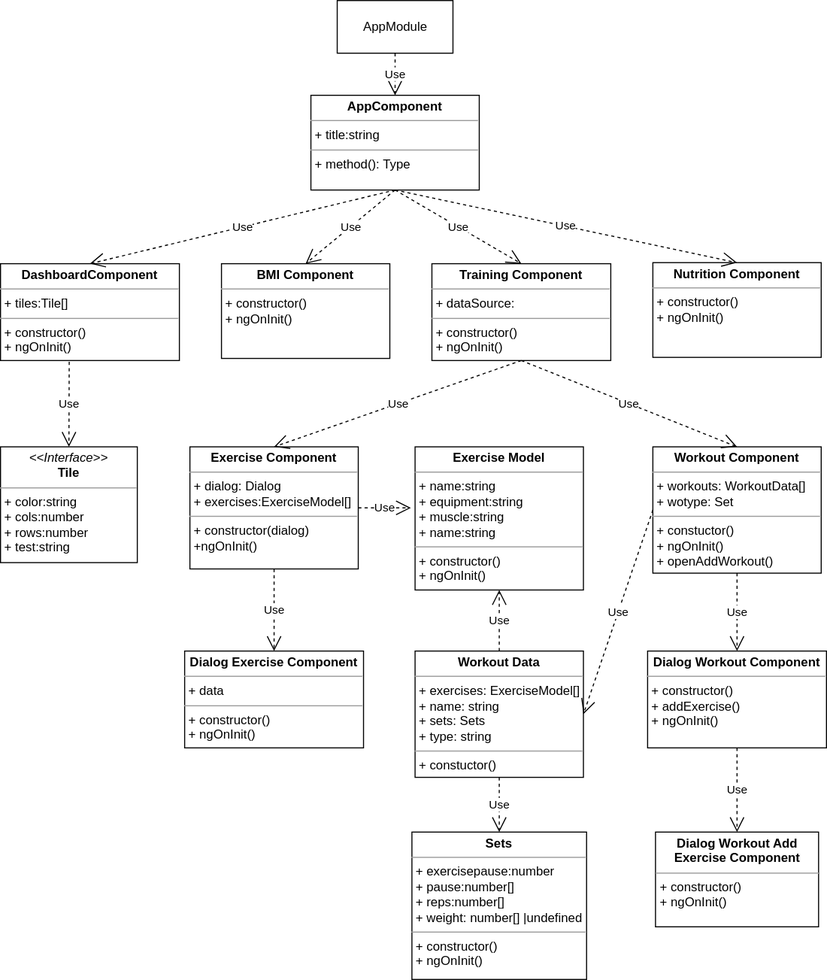
Above: Class_Diagram.drawio.svg in willizielke/FitnessWebAppDocumentation (draw.io), before the change. Source tidied: cells renumbered, new cells last; positions are measured from the earlier drawing's top-left corner, leaving out a move shared by most shapes.
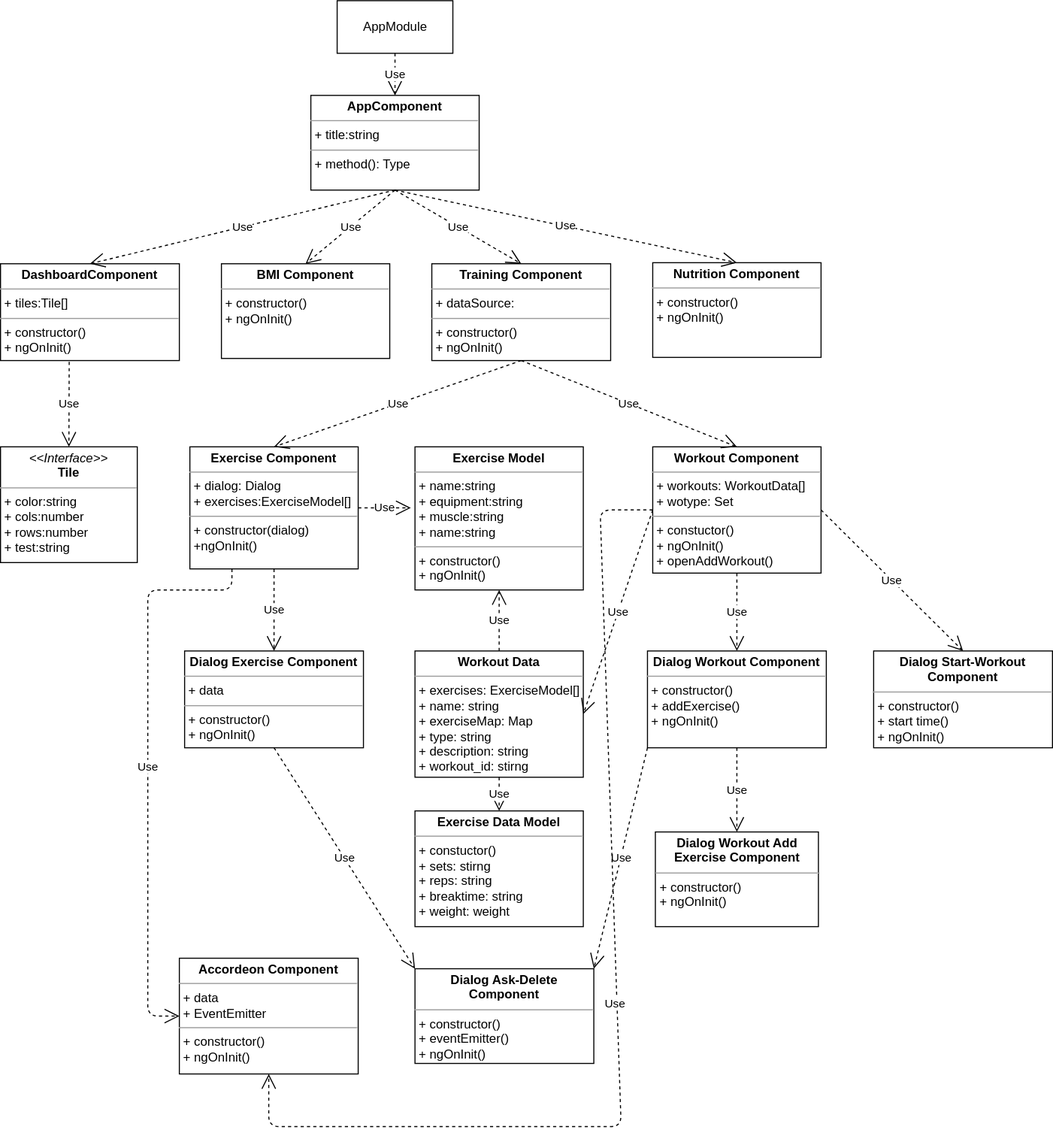
The same diagram one commit later.

Commit message:
update Class Diagram + UC Diagram

Change to the diagram source:
```diff
@@ -32,10 +32,7 @@
     <mxCell id="11" value="&lt;p style=&quot;margin:0px;margin-top:4px;text-align:center;&quot;&gt;&lt;b&gt;Dialog Exercise Component&lt;/b&gt;&lt;/p&gt;&lt;hr size=&quot;1&quot;&gt;&lt;p style=&quot;margin:0px;margin-left:4px;&quot;&gt;+ data&lt;/p&gt;&lt;hr size=&quot;1&quot;&gt;&lt;p style=&quot;margin:0px;margin-left:4px;&quot;&gt;+ constructor()&lt;/p&gt;&lt;p style=&quot;margin:0px;margin-left:4px;&quot;&gt;+ ngOnInit()&lt;/p&gt;" style="verticalAlign=top;align=left;overflow=fill;fontSize=12;fontFamily=Helvetica;html=1;" parent="1" vertex="1">
       <mxGeometry x="175" y="618" width="170" height="92" as="geometry" />
     </mxCell>
-    <mxCell id="12" value="&lt;p style=&quot;margin:0px;margin-top:4px;text-align:center;&quot;&gt;&lt;b&gt;Sets&lt;/b&gt;&lt;/p&gt;&lt;hr size=&quot;1&quot;&gt;&lt;p style=&quot;margin:0px;margin-left:4px;&quot;&gt;+ exercisepause:number&lt;/p&gt;&lt;p style=&quot;margin:0px;margin-left:4px;&quot;&gt;+ pause:number[]&lt;/p&gt;&lt;p style=&quot;margin:0px;margin-left:4px;&quot;&gt;+ reps:number[]&lt;/p&gt;&lt;p style=&quot;margin:0px;margin-left:4px;&quot;&gt;+ weight: number[] |undefined&lt;/p&gt;&lt;hr size=&quot;1&quot;&gt;&lt;p style=&quot;margin:0px;margin-left:4px;&quot;&gt;+ constructor()&lt;/p&gt;&lt;p style=&quot;margin:0px;margin-left:4px;&quot;&gt;+ ngOnInit()&lt;/p&gt;" style="verticalAlign=top;align=left;overflow=fill;fontSize=12;fontFamily=Helvetica;html=1;" parent="1" vertex="1">
-      <mxGeometry x="391" y="790" width="166" height="140" as="geometry" />
-    </mxCell>
-    <mxCell id="13" value="&lt;p style=&quot;margin:0px;margin-top:4px;text-align:center;&quot;&gt;&lt;b&gt;Workout Data&lt;/b&gt;&lt;/p&gt;&lt;hr size=&quot;1&quot;&gt;&lt;p style=&quot;margin:0px;margin-left:4px;&quot;&gt;+ exercises: ExerciseModel[]&lt;/p&gt;&lt;p style=&quot;margin:0px;margin-left:4px;&quot;&gt;+ name: string&lt;/p&gt;&lt;p style=&quot;margin:0px;margin-left:4px;&quot;&gt;+ sets: Sets&lt;/p&gt;&lt;p style=&quot;margin:0px;margin-left:4px;&quot;&gt;+ type: string&lt;/p&gt;&lt;hr size=&quot;1&quot;&gt;&lt;p style=&quot;margin:0px;margin-left:4px;&quot;&gt;+ constuctor()&lt;/p&gt;" style="verticalAlign=top;align=left;overflow=fill;fontSize=12;fontFamily=Helvetica;html=1;" parent="1" vertex="1">
+    <mxCell id="13" value="&lt;p style=&quot;margin: 0px ; margin-top: 4px ; text-align: center&quot;&gt;&lt;b&gt;Workout Data&lt;/b&gt;&lt;/p&gt;&lt;hr size=&quot;1&quot;&gt;&lt;p style=&quot;margin: 0px ; margin-left: 4px&quot;&gt;+ exercises: ExerciseModel[]&lt;/p&gt;&lt;p style=&quot;margin: 0px ; margin-left: 4px&quot;&gt;+ name: string&lt;/p&gt;&lt;p style=&quot;margin: 0px ; margin-left: 4px&quot;&gt;+ exerciseMap: Map&lt;/p&gt;&lt;p style=&quot;margin: 0px ; margin-left: 4px&quot;&gt;+ type: string&lt;/p&gt;&lt;p style=&quot;margin: 0px ; margin-left: 4px&quot;&gt;+ description: string&lt;/p&gt;&lt;p style=&quot;margin: 0px ; margin-left: 4px&quot;&gt;+ workout_id: stirng&lt;/p&gt;&lt;hr size=&quot;1&quot;&gt;&lt;p style=&quot;margin: 0px ; margin-left: 4px&quot;&gt;+ constuctor()&lt;/p&gt;" style="verticalAlign=top;align=left;overflow=fill;fontSize=12;fontFamily=Helvetica;html=1;" parent="1" vertex="1">
       <mxGeometry x="394" y="618" width="160" height="120" as="geometry" />
     </mxCell>
     <mxCell id="14" value="Use" style="endArrow=open;endSize=12;dashed=1;html=1;rounded=0;exitX=0.5;exitY=1;exitDx=0;exitDy=0;entryX=0.5;entryY=0;entryDx=0;entryDy=0;" parent="1" edge="1" source="2" target="10">
@@ -73,9 +70,6 @@
     <mxCell id="24" value="Use" style="endArrow=open;endSize=12;dashed=1;html=1;rounded=0;exitX=0;exitY=0.5;exitDx=0;exitDy=0;entryX=1;entryY=0.5;entryDx=0;entryDy=0;" parent="1" edge="1" source="6" target="13">
       <mxGeometry relative="1" as="geometry" />
     </mxCell>
-    <mxCell id="25" value="Use" style="endArrow=open;endSize=12;dashed=1;html=1;rounded=0;exitX=0.5;exitY=1;exitDx=0;exitDy=0;entryX=0.5;entryY=0;entryDx=0;entryDy=0;" parent="1" edge="1" source="13" target="12">
-      <mxGeometry relative="1" as="geometry" />
-    </mxCell>
     <mxCell id="26" value="Use" style="endArrow=open;endSize=12;dashed=1;html=1;rounded=0;exitX=0.5;exitY=1;exitDx=0;exitDy=0;entryX=0.5;entryY=0;entryDx=0;entryDy=0;" parent="1" edge="1" source="7" target="11">
       <mxGeometry relative="1" as="geometry" />
     </mxCell>
@@ -94,5 +88,47 @@
     <mxCell id="31" value="Use" style="endArrow=open;endSize=12;dashed=1;html=1;rounded=0;exitX=0.5;exitY=1;exitDx=0;exitDy=0;entryX=0.5;entryY=0;entryDx=0;entryDy=0;" parent="1" edge="1" source="9" target="29">
       <mxGeometry relative="1" as="geometry" />
     </mxCell>
+    <mxCell id="32" value="&lt;p style=&quot;margin: 0px ; margin-top: 4px ; text-align: center&quot;&gt;&lt;b&gt;Dialog Ask-Delete &lt;br&gt;Component&lt;/b&gt;&lt;/p&gt;&lt;hr size=&quot;1&quot;&gt;&lt;p style=&quot;margin: 0px ; margin-left: 4px&quot;&gt;&lt;/p&gt;&lt;p style=&quot;margin: 0px ; margin-left: 4px&quot;&gt;+ constructor()&lt;/p&gt;&lt;p style=&quot;margin: 0px ; margin-left: 4px&quot;&gt;+ eventEmitter()&lt;/p&gt;&lt;p style=&quot;margin: 0px ; margin-left: 4px&quot;&gt;+ ngOnInit()&lt;/p&gt;" style="verticalAlign=top;align=left;overflow=fill;fontSize=12;fontFamily=Helvetica;html=1;" parent="1" vertex="1">
+      <mxGeometry x="394" y="920" width="170" height="90" as="geometry" />
+    </mxCell>
+    <mxCell id="33" value="Use" style="endArrow=open;endSize=12;dashed=1;html=1;exitX=0;exitY=1;exitDx=0;exitDy=0;entryX=1;entryY=0;entryDx=0;entryDy=0;" parent="1" edge="1" source="9" target="32">
+      <mxGeometry relative="1" as="geometry" />
+    </mxCell>
+    <mxCell id="34" value="Use" style="endArrow=open;endSize=12;dashed=1;html=1;entryX=0;entryY=0;entryDx=0;entryDy=0;exitX=0.5;exitY=1;exitDx=0;exitDy=0;" parent="1" edge="1" source="11" target="32">
+      <mxGeometry relative="1" as="geometry" />
+    </mxCell>
+    <mxCell id="35" value="&lt;p style=&quot;margin: 0px ; margin-top: 4px ; text-align: center&quot;&gt;&lt;b&gt;Dialog Start-Workout &lt;br&gt;Component&lt;/b&gt;&lt;/p&gt;&lt;hr size=&quot;1&quot;&gt;&lt;p style=&quot;margin: 0px ; margin-left: 4px&quot;&gt;&lt;/p&gt;&lt;p style=&quot;margin: 0px ; margin-left: 4px&quot;&gt;+ constructor()&lt;/p&gt;&lt;p style=&quot;margin: 0px ; margin-left: 4px&quot;&gt;+ start time()&lt;/p&gt;&lt;p style=&quot;margin: 0px ; margin-left: 4px&quot;&gt;+ ngOnInit()&lt;/p&gt;" style="verticalAlign=top;align=left;overflow=fill;fontSize=12;fontFamily=Helvetica;html=1;" parent="1" vertex="1">
+      <mxGeometry x="830" y="618" width="170" height="92" as="geometry" />
+    </mxCell>
+    <mxCell id="36" value="Use" style="endArrow=open;endSize=12;dashed=1;html=1;exitX=1;exitY=0.5;exitDx=0;exitDy=0;entryX=0.5;entryY=0;entryDx=0;entryDy=0;" parent="1" edge="1" source="6" target="35">
+      <mxGeometry relative="1" as="geometry" />
+    </mxCell>
+    <mxCell id="37" value="&lt;p style=&quot;margin: 0px ; margin-top: 4px ; text-align: center&quot;&gt;&lt;b&gt;Exercise Data Model&lt;/b&gt;&lt;/p&gt;&lt;hr size=&quot;1&quot;&gt;&lt;p style=&quot;margin: 0px ; margin-left: 4px&quot;&gt;&lt;/p&gt;&lt;p style=&quot;margin: 0px ; margin-left: 4px&quot;&gt;+ constuctor()&lt;br&gt;+ sets: stirng&lt;br&gt;+ reps: string&lt;/p&gt;&lt;p style=&quot;margin: 0px ; margin-left: 4px&quot;&gt;+ breaktime: string&lt;/p&gt;&lt;p style=&quot;margin: 0px ; margin-left: 4px&quot;&gt;+ weight: weight&lt;/p&gt;" style="verticalAlign=top;align=left;overflow=fill;fontSize=12;fontFamily=Helvetica;html=1;" parent="1" vertex="1">
+      <mxGeometry x="394" y="770" width="160" height="110" as="geometry" />
+    </mxCell>
+    <mxCell id="38" value="Use" style="endArrow=open;endSize=12;dashed=1;html=1;entryX=0.5;entryY=0;entryDx=0;entryDy=0;exitX=0.5;exitY=1;exitDx=0;exitDy=0;" parent="1" edge="1" source="13" target="37">
+      <mxGeometry relative="1" as="geometry" />
+    </mxCell>
+    <mxCell id="39" value="&lt;p style=&quot;margin: 0px ; margin-top: 4px ; text-align: center&quot;&gt;&lt;b&gt;Accordeon Component&lt;/b&gt;&lt;/p&gt;&lt;hr size=&quot;1&quot;&gt;&lt;p style=&quot;margin: 0px ; margin-left: 4px&quot;&gt;+ data&lt;/p&gt;&lt;p style=&quot;margin: 0px ; margin-left: 4px&quot;&gt;+ EventEmitter&lt;/p&gt;&lt;hr size=&quot;1&quot;&gt;&lt;p style=&quot;margin: 0px ; margin-left: 4px&quot;&gt;+ constructor()&lt;/p&gt;&lt;p style=&quot;margin: 0px ; margin-left: 4px&quot;&gt;+ ngOnInit()&lt;/p&gt;&lt;p style=&quot;margin: 0px ; margin-left: 4px&quot;&gt;&lt;br&gt;&lt;/p&gt;" style="verticalAlign=top;align=left;overflow=fill;fontSize=12;fontFamily=Helvetica;html=1;" parent="1" vertex="1">
+      <mxGeometry x="170" y="910" width="170" height="110" as="geometry" />
+    </mxCell>
+    <mxCell id="40" value="Use" style="endArrow=open;endSize=12;dashed=1;html=1;exitX=0;exitY=0.5;exitDx=0;exitDy=0;entryX=0.5;entryY=1;entryDx=0;entryDy=0;" parent="1" edge="1" source="6" target="39">
+      <mxGeometry x="0.02" y="-2" relative="1" as="geometry">
+        <Array as="points">
+          <mxPoint x="570" y="484" />
+          <mxPoint x="590" y="1070" />
+          <mxPoint x="255" y="1070" />
+        </Array>
+      </mxGeometry>
+    </mxCell>
+    <mxCell id="41" value="Use" style="endArrow=open;endSize=12;dashed=1;html=1;exitX=0.25;exitY=1;exitDx=0;exitDy=0;entryX=0;entryY=0.5;entryDx=0;entryDy=0;" parent="1" edge="1" source="7" target="39">
+      <mxGeometry relative="1" as="geometry">
+        <Array as="points">
+          <mxPoint x="220" y="560" />
+          <mxPoint x="140" y="560" />
+          <mxPoint x="140" y="965" />
+        </Array>
+      </mxGeometry>
+    </mxCell>
   </root>
 </mxGraphModel>
```
